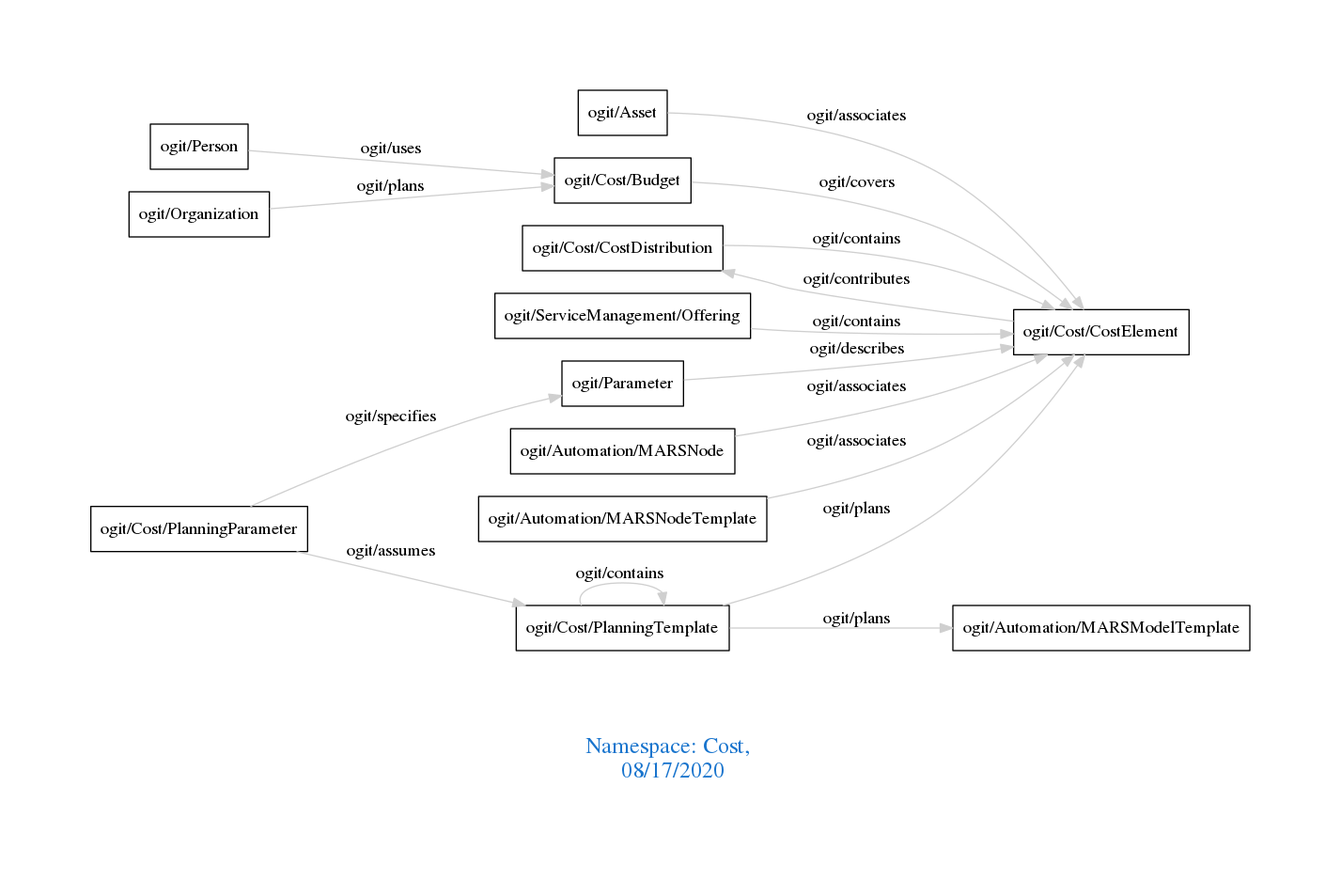
The Graphviz diagram downloads/Cost.png in arago/OGIT, before a commit. Its source is kept beside it as downloads/Cost.dot.
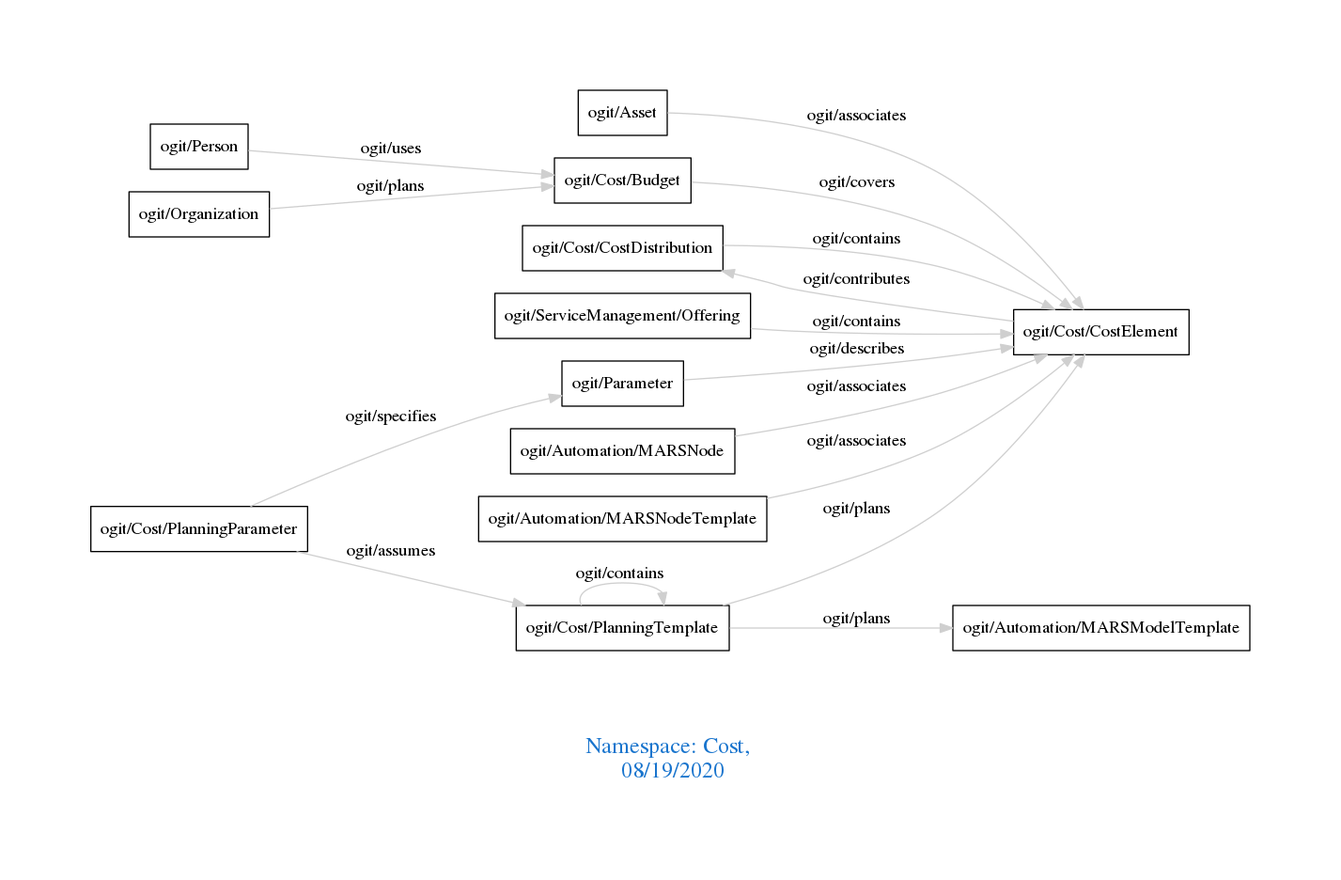
The same diagram one commit later.

What changed in the source:
```diff
@@ -1,7 +1,7 @@
 digraph OGIT_ontology {
  graph [ rankdir= LR,pad=1
 fontsize = 18,
-fontcolor= dodgerblue3,label = "\n\n\nNamespace: Cost, \n 08/17/2020"];
+fontcolor= dodgerblue3,label = "\n\n\nNamespace: Cost, \n 08/19/2020"];
 node[shape=polygon];
 edge [  color="gray81"];
 
```
